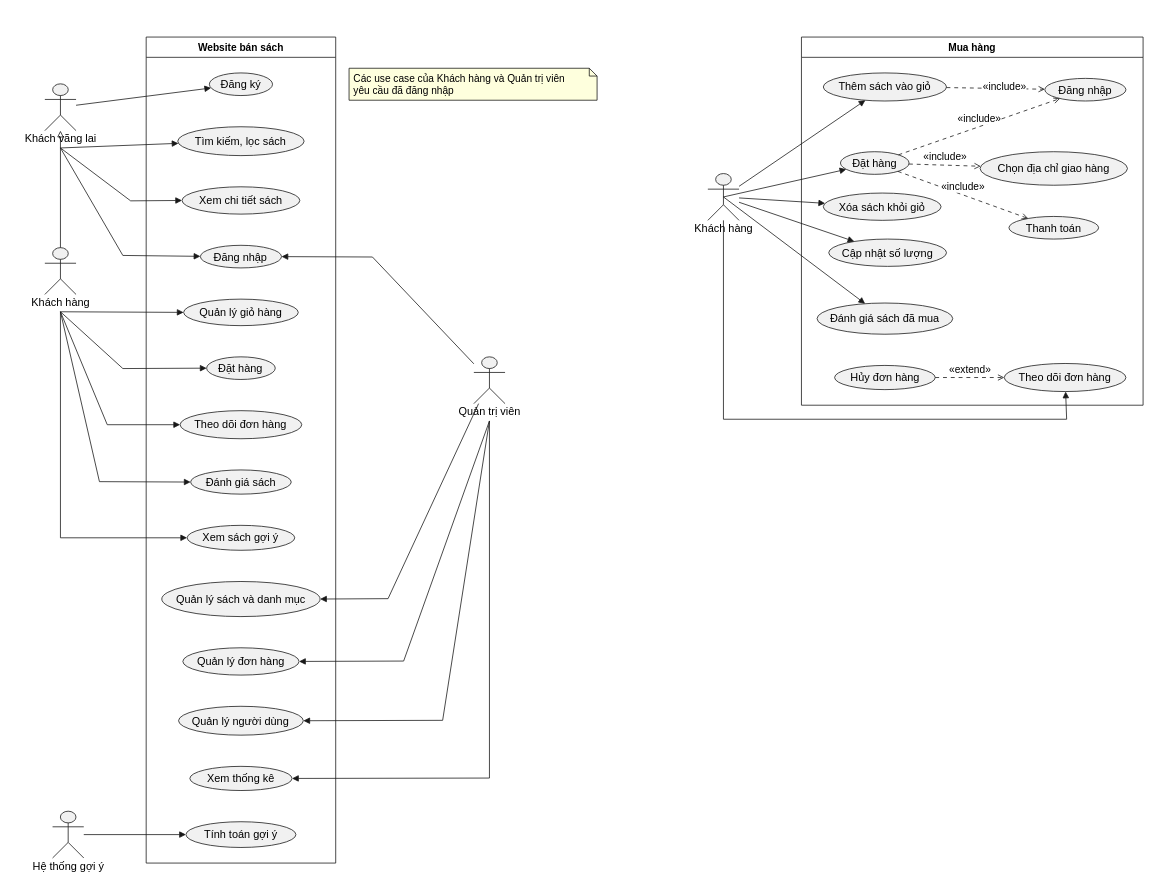
Earlier version of the draw.io diagram docs/diagrams/use-case.drawio (NguyenHuyBao11-05/TieuLuan_Web_TMDT). Source tidied: cells renumbered, new cells numbered last; positions are measured from the earlier drawing's top-left corner, leaving out a move shared by most shapes. Both pictures are drawn from the tidied source at 78%, with x=0, y=0 at pixel (13, 13).
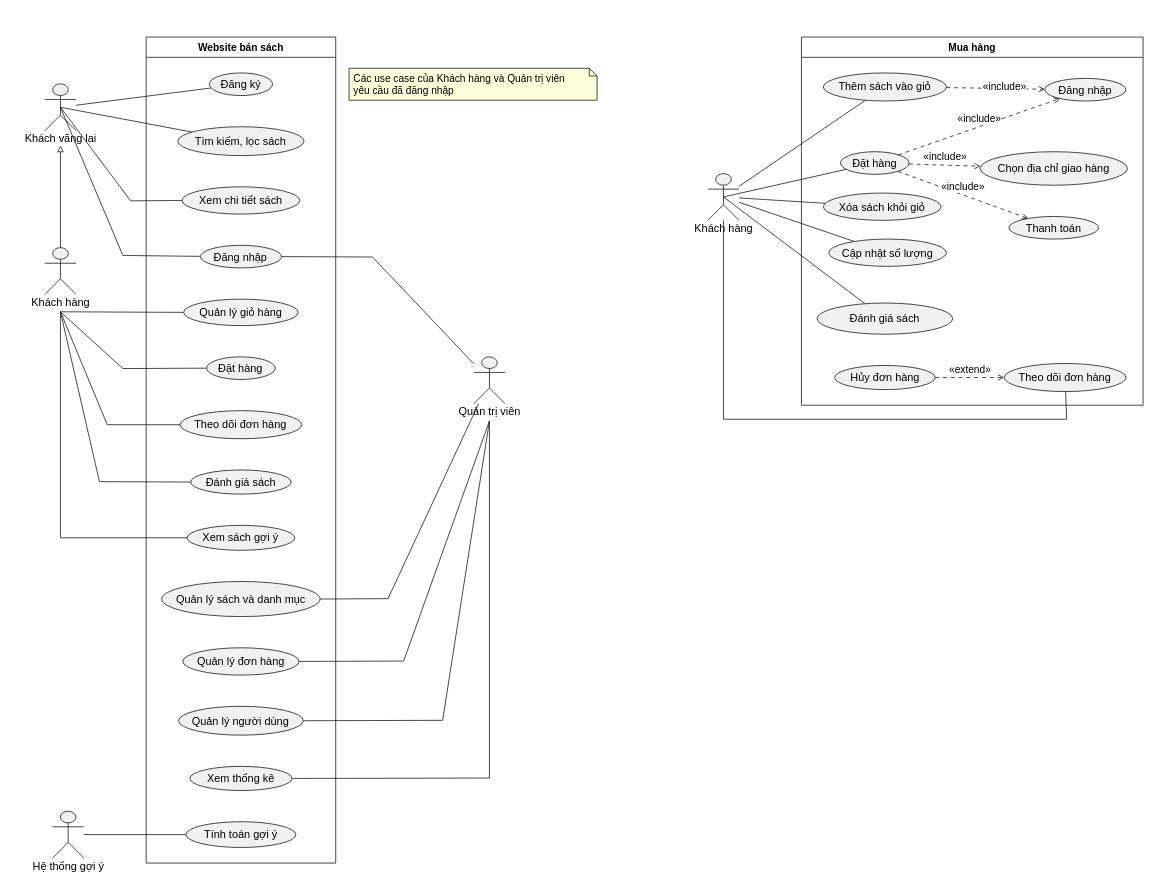
Above is the later version.

Commit message (it also covers changes not shown here):
Refactor: Sua lai format use case

Unchanged cells that the change refers to:
```xml
<mxCell id="2" style="group;transparentBounds=1;editIcon=1;lockedGroup=0;groupPadding=10;" parent="1" vertex="1">
<mxCell id="3" style="shape=umlActor;html=1;fillColor=#F1F1F1;strokeColor=#181818;fontColor=#000000;fontSize=14;" parent="2" vertex="1">
<mxCell id="4" value="Khách vãng lai" style="text;html=1;align=center;verticalAlign=middle;spacingBottom=1;fontColor=#000000;fontSize=14;" parent="3" vertex="1">
<mxCell id="5" style="shape=umlActor;html=1;fillColor=#F1F1F1;strokeColor=#181818;fontColor=#000000;fontSize=14;" parent="2" vertex="1">
<mxCell id="8" value="Đăng ký" style="ellipse;html=1;fillColor=#F1F1F1;strokeColor=#181818;whiteSpace=wrap;fontColor=#000000;fontSize=14;" parent="7" vertex="1">
<mxCell id="9" value="Tìm kiếm, lọc sách" style="ellipse;html=1;fillColor=#F1F1F1;strokeColor=#181818;whiteSpace=wrap;fontColor=#000000;fontSize=14;" parent="7" vertex="1">
<mxCell id="10" value="Xem chi tiết sách" style="ellipse;html=1;fillColor=#F1F1F1;strokeColor=#181818;whiteSpace=wrap;fontColor=#000000;fontSize=14;" parent="7" vertex="1">
<mxCell id="11" value="Đăng nhập" style="ellipse;html=1;fillColor=#F1F1F1;strokeColor=#181818;whiteSpace=wrap;fontColor=#000000;fontSize=14;" parent="7" vertex="1">
<mxCell id="12" value="Quản lý giỏ hàng" style="ellipse;html=1;fillColor=#F1F1F1;strokeColor=#181818;whiteSpace=wrap;fontColor=#000000;fontSize=14;" parent="7" vertex="1">
<mxCell id="13" value="Đặt hàng" style="ellipse;html=1;fillColor=#F1F1F1;strokeColor=#181818;whiteSpace=wrap;fontColor=#000000;fontSize=14;" parent="7" vertex="1">
<mxCell id="14" value="Theo dõi đơn hàng" style="ellipse;html=1;fillColor=#F1F1F1;strokeColor=#181818;whiteSpace=wrap;fontColor=#000000;fontSize=14;" parent="7" vertex="1">
<mxCell id="15" value="Đánh giá sách" style="ellipse;html=1;fillColor=#F1F1F1;strokeColor=#181818;whiteSpace=wrap;fontColor=#000000;fontSize=14;" parent="7" vertex="1">
<mxCell id="16" value="Xem sách gợi ý" style="ellipse;html=1;fillColor=#F1F1F1;strokeColor=#181818;whiteSpace=wrap;fontColor=#000000;fontSize=14;" parent="7" vertex="1">
<mxCell id="17" value="Quản lý sách và danh mục" style="ellipse;html=1;fillColor=#F1F1F1;strokeColor=#181818;whiteSpace=wrap;fontColor=#000000;fontSize=14;" parent="7" vertex="1">
<mxCell id="18" value="Quản lý đơn hàng" style="ellipse;html=1;fillColor=#F1F1F1;strokeColor=#181818;whiteSpace=wrap;fontColor=#000000;fontSize=14;" parent="7" vertex="1">
<mxCell id="19" value="Quản lý người dùng" style="ellipse;html=1;fillColor=#F1F1F1;strokeColor=#181818;whiteSpace=wrap;fontColor=#000000;fontSize=14;" parent="7" vertex="1">
<mxCell id="20" value="Xem thống kê" style="ellipse;html=1;fillColor=#F1F1F1;strokeColor=#181818;whiteSpace=wrap;fontColor=#000000;fontSize=14;" parent="7" vertex="1">
<mxCell id="21" value="Tính toán gợi ý" style="ellipse;html=1;fillColor=#F1F1F1;strokeColor=#181818;whiteSpace=wrap;fontColor=#000000;fontSize=14;" parent="7" vertex="1">
<mxCell id="22" style="shape=umlActor;html=1;fillColor=#F1F1F1;strokeColor=#181818;fontColor=#000000;fontSize=14;" parent="2" vertex="1">
<mxCell id="24" style="shape=umlActor;html=1;fillColor=#F1F1F1;strokeColor=#181818;fontColor=#000000;fontSize=14;" parent="2" vertex="1">
<mxCell id="43" style="group;transparentBounds=1;editIcon=1;lockedGroup=0;groupPadding=10;" parent="1" vertex="1">
<mxCell id="44" value="Mua hàng" style="swimlane;startSize=26;fillColor=none;strokeColor=#181818;fontColor=#000000;fontSize=13;fontStyle=1;whiteSpace=wrap;" parent="43" vertex="1">
<mxCell id="45" value="Thêm sách vào giỏ" style="ellipse;html=1;fillColor=#F1F1F1;strokeColor=#181818;whiteSpace=wrap;fontColor=#000000;fontSize=14;" parent="44" vertex="1">
<mxCell id="46" value="Đặt hàng" style="ellipse;html=1;fillColor=#F1F1F1;strokeColor=#181818;whiteSpace=wrap;fontColor=#000000;fontSize=14;" parent="44" vertex="1">
<mxCell id="50" value="Theo dõi đơn hàng" style="ellipse;html=1;fillColor=#F1F1F1;strokeColor=#181818;whiteSpace=wrap;fontColor=#000000;fontSize=14;" parent="44" vertex="1">
<mxCell id="58" value="Xóa sách khỏi giỏ" style="ellipse;html=1;fillColor=#F1F1F1;strokeColor=#181818;whiteSpace=wrap;fontColor=#000000;fontSize=14;" parent="44" vertex="1">
<mxCell id="59" value="Cập nhật số lượng" style="ellipse;html=1;fillColor=#F1F1F1;strokeColor=#181818;whiteSpace=wrap;fontColor=#000000;fontSize=14;" parent="44" vertex="1">
<mxCell id="60" style="shape=umlActor;html=1;fillColor=#F1F1F1;strokeColor=#181818;fontColor=#000000;fontSize=14;" parent="43" vertex="1">
```

Change to the diagram source:
```diff
@@
-    <mxCell id="26" style="endArrow=block;endFill=0;strokeColor=#181818;fontColor=#000000;fontSize=13;edgeStyle=none;rounded=0;html=1;curved=0;endSize=6;sourcePerimeterSpacing=0;targetPerimeterSpacing=0;" parent="2" edge="1" source="5" target="3">
+    <mxCell id="26" style="endArrow=block;endFill=0;strokeColor=#181818;fontColor=#000000;fontSize=13;edgeStyle=none;rounded=0;html=1;curved=0;endSize=6;sourcePerimeterSpacing=0;targetPerimeterSpacing=0;entryX=0.5;entryY=1;entryDx=0;entryDy=0;" parent="2" edge="1" source="5" target="4">
       <mxGeometry relative="1" as="geometry" />
     </mxCell>
-    <mxCell id="27" style="endArrow=block;endFill=1;strokeColor=#181818;fontColor=#000000;fontSize=13;edgeStyle=none;rounded=0;html=1;curved=0;endSize=6;sourcePerimeterSpacing=0;targetPerimeterSpacing=0;" parent="2" edge="1" source="3" target="8">
+    <mxCell id="27" style="endArrow=none;endFill=0;strokeColor=#181818;fontColor=#000000;fontSize=13;edgeStyle=none;rounded=0;html=1;curved=0;endSize=6;sourcePerimeterSpacing=0;targetPerimeterSpacing=0;startArrow=none;startFill=0;" parent="2" edge="1" source="3" target="8">
       <mxGeometry relative="1" as="geometry" />
     </mxCell>
-    <mxCell id="28" style="endArrow=block;endFill=1;strokeColor=#181818;fontColor=#000000;fontSize=13;edgeStyle=none;rounded=0;html=1;exitX=0.5;exitY=1.37;exitPerimeter=0;curved=0;endSize=6;sourcePerimeterSpacing=0;targetPerimeterSpacing=0;" parent="2" edge="1" source="3" target="11">
+    <mxCell id="28" style="endArrow=none;endFill=0;strokeColor=#181818;fontColor=#000000;fontSize=13;edgeStyle=none;rounded=0;html=1;exitX=0.5;exitY=0.5;exitPerimeter=0;curved=0;endSize=6;sourcePerimeterSpacing=0;targetPerimeterSpacing=0;exitDx=0;exitDy=0;startArrow=none;startFill=0;" parent="2" edge="1" source="3" target="11">
       <mxGeometry relative="1" as="geometry">
         <Array as="points">
           <mxPoint x="140" y="310" />
         </Array>
       </mxGeometry>
     </mxCell>
-    <mxCell id="29" style="endArrow=block;endFill=1;strokeColor=#181818;fontColor=#000000;fontSize=13;edgeStyle=none;rounded=0;html=1;exitX=0.5;exitY=1.37;exitPerimeter=0;curved=0;endSize=6;sourcePerimeterSpacing=0;targetPerimeterSpacing=0;" parent="2" edge="1" source="3" target="9">
+    <mxCell id="29" style="endArrow=none;endFill=0;strokeColor=#181818;fontColor=#000000;fontSize=13;edgeStyle=none;rounded=0;html=1;exitX=0.5;exitY=0.5;exitPerimeter=0;curved=0;endSize=6;sourcePerimeterSpacing=0;targetPerimeterSpacing=0;exitDx=0;exitDy=0;startArrow=none;startFill=0;" parent="2" edge="1" source="3" target="9">
       <mxGeometry relative="1" as="geometry" />
     </mxCell>
-    <mxCell id="30" style="endArrow=block;endFill=1;strokeColor=#181818;fontColor=#000000;fontSize=13;edgeStyle=none;rounded=0;html=1;exitX=0.5;exitY=1.37;exitPerimeter=0;curved=0;endSize=6;sourcePerimeterSpacing=0;targetPerimeterSpacing=0;" parent="2" edge="1" source="3" target="10">
+    <mxCell id="30" style="endArrow=none;endFill=0;strokeColor=#181818;fontColor=#000000;fontSize=13;edgeStyle=none;rounded=0;html=1;exitX=0.5;exitY=0.5;exitPerimeter=0;curved=0;endSize=6;sourcePerimeterSpacing=0;targetPerimeterSpacing=0;exitDx=0;exitDy=0;startArrow=none;startFill=0;" parent="2" edge="1" source="3" target="10">
       <mxGeometry relative="1" as="geometry">
         <Array as="points">
           <mxPoint x="150" y="240" />
         </Array>
       </mxGeometry>
     </mxCell>
-    <mxCell id="31" style="endArrow=block;endFill=1;strokeColor=#181818;fontColor=#000000;fontSize=13;edgeStyle=none;rounded=0;html=1;exitX=0.5;exitY=1.37;exitPerimeter=0;curved=0;endSize=6;sourcePerimeterSpacing=0;targetPerimeterSpacing=0;" parent="2" edge="1" source="5" target="12">
+    <mxCell id="31" style="endArrow=none;endFill=0;strokeColor=#181818;fontColor=#000000;fontSize=13;edgeStyle=none;rounded=0;html=1;exitX=0.5;exitY=1.37;exitPerimeter=0;curved=0;endSize=6;sourcePerimeterSpacing=0;targetPerimeterSpacing=0;startArrow=none;startFill=0;" parent="2" edge="1" source="5" target="12">
       <mxGeometry relative="1" as="geometry" />
     </mxCell>
-    <mxCell id="32" style="endArrow=block;endFill=1;strokeColor=#181818;fontColor=#000000;fontSize=13;edgeStyle=none;rounded=0;html=1;exitX=0.5;exitY=1.37;exitPerimeter=0;curved=0;endSize=6;sourcePerimeterSpacing=0;targetPerimeterSpacing=0;" parent="2" edge="1" source="5" target="13">
+    <mxCell id="32" style="endArrow=none;endFill=0;strokeColor=#181818;fontColor=#000000;fontSize=13;edgeStyle=none;rounded=0;html=1;exitX=0.5;exitY=1.37;exitPerimeter=0;curved=0;endSize=6;sourcePerimeterSpacing=0;targetPerimeterSpacing=0;startArrow=none;startFill=0;" parent="2" edge="1" source="5" target="13">
       <mxGeometry relative="1" as="geometry">
         <Array as="points">
           <mxPoint x="140" y="455" />
         </Array>
       </mxGeometry>
     </mxCell>
-    <mxCell id="33" style="endArrow=block;endFill=1;strokeColor=#181818;fontColor=#000000;fontSize=13;edgeStyle=none;rounded=0;html=1;exitX=0.5;exitY=1.37;exitPerimeter=0;curved=0;endSize=6;sourcePerimeterSpacing=0;targetPerimeterSpacing=0;" parent="2" edge="1" source="5" target="14">
+    <mxCell id="33" style="endArrow=none;endFill=0;strokeColor=#181818;fontColor=#000000;fontSize=13;edgeStyle=none;rounded=0;html=1;exitX=0.5;exitY=1.37;exitPerimeter=0;curved=0;endSize=6;sourcePerimeterSpacing=0;targetPerimeterSpacing=0;startArrow=none;startFill=0;" parent="2" edge="1" source="5" target="14">
       <mxGeometry relative="1" as="geometry">
         <Array as="points">
           <mxPoint x="120" y="527" />
         </Array>
       </mxGeometry>
     </mxCell>
-    <mxCell id="34" style="endArrow=block;endFill=1;strokeColor=#181818;fontColor=#000000;fontSize=13;edgeStyle=none;rounded=0;html=1;exitX=0.5;exitY=1.37;exitPerimeter=0;curved=0;endSize=6;sourcePerimeterSpacing=0;targetPerimeterSpacing=0;" parent="2" edge="1" source="5" target="15">
+    <mxCell id="34" style="endArrow=none;endFill=0;strokeColor=#181818;fontColor=#000000;fontSize=13;edgeStyle=none;rounded=0;html=1;exitX=0.5;exitY=1.37;exitPerimeter=0;curved=0;endSize=6;sourcePerimeterSpacing=0;targetPerimeterSpacing=0;startArrow=none;startFill=0;" parent="2" edge="1" source="5" target="15">
       <mxGeometry relative="1" as="geometry">
         <Array as="points">
           <mxPoint x="110" y="600" />
         </Array>
       </mxGeometry>
     </mxCell>
-    <mxCell id="35" style="endArrow=block;endFill=1;strokeColor=#181818;fontColor=#000000;fontSize=13;edgeStyle=none;rounded=0;html=1;exitX=0.5;exitY=1.37;exitPerimeter=0;curved=0;endSize=6;sourcePerimeterSpacing=0;targetPerimeterSpacing=0;" parent="2" edge="1" source="5" target="16">
+    <mxCell id="35" style="endArrow=none;endFill=0;strokeColor=#181818;fontColor=#000000;fontSize=13;edgeStyle=none;rounded=0;html=1;exitX=0.5;exitY=1.37;exitPerimeter=0;curved=0;endSize=6;sourcePerimeterSpacing=0;targetPerimeterSpacing=0;startArrow=none;startFill=0;" parent="2" edge="1" source="5" target="16">
       <mxGeometry relative="1" as="geometry">
         <Array as="points">
           <mxPoint x="60" y="672" />
         </Array>
       </mxGeometry>
     </mxCell>
-    <mxCell id="36" style="endArrow=block;endFill=1;strokeColor=#181818;fontColor=#000000;fontSize=13;edgeStyle=none;rounded=0;html=1;curved=0;endSize=6;sourcePerimeterSpacing=0;targetPerimeterSpacing=0;" parent="2" edge="1" source="22" target="11">
+    <mxCell id="36" style="endArrow=none;endFill=0;strokeColor=#181818;fontColor=#000000;fontSize=13;edgeStyle=none;rounded=0;html=1;curved=0;endSize=6;sourcePerimeterSpacing=0;targetPerimeterSpacing=0;startArrow=none;startFill=0;" parent="2" edge="1" source="22" target="11">
       <mxGeometry relative="1" as="geometry">
         <Array as="points">
           <mxPoint x="460" y="312" />
         </Array>
       </mxGeometry>
     </mxCell>
-    <mxCell id="37" style="endArrow=block;endFill=1;strokeColor=#181818;fontColor=#000000;fontSize=13;edgeStyle=none;rounded=0;html=1;curved=0;endSize=6;sourcePerimeterSpacing=0;targetPerimeterSpacing=0;" parent="2" edge="1" source="22" target="17">
+    <mxCell id="37" style="endArrow=none;endFill=0;strokeColor=#181818;fontColor=#000000;fontSize=13;edgeStyle=none;rounded=0;html=1;curved=0;endSize=6;sourcePerimeterSpacing=0;targetPerimeterSpacing=0;startArrow=none;startFill=0;" parent="2" edge="1" source="22" target="17">
       <mxGeometry relative="1" as="geometry">
         <Array as="points">
           <mxPoint x="480" y="750" />
         </Array>
       </mxGeometry>
     </mxCell>
-    <mxCell id="38" style="endArrow=block;endFill=1;strokeColor=#181818;fontColor=#000000;fontSize=13;edgeStyle=none;rounded=0;html=1;exitX=0.5;exitY=1.37;exitPerimeter=0;curved=0;endSize=6;sourcePerimeterSpacing=0;targetPerimeterSpacing=0;" parent="2" edge="1" source="22" target="18">
+    <mxCell id="38" style="endArrow=none;endFill=0;strokeColor=#181818;fontColor=#000000;fontSize=13;edgeStyle=none;rounded=0;html=1;exitX=0.5;exitY=1.37;exitPerimeter=0;curved=0;endSize=6;sourcePerimeterSpacing=0;targetPerimeterSpacing=0;startArrow=none;startFill=0;" parent="2" edge="1" source="22" target="18">
       <mxGeometry relative="1" as="geometry">
         <Array as="points">
           <mxPoint x="500" y="830" />
         </Array>
       </mxGeometry>
     </mxCell>
-    <mxCell id="39" style="endArrow=block;endFill=1;strokeColor=#181818;fontColor=#000000;fontSize=13;edgeStyle=none;rounded=0;html=1;exitX=0.5;exitY=1.37;exitPerimeter=0;curved=0;endSize=6;sourcePerimeterSpacing=0;targetPerimeterSpacing=0;" parent="2" edge="1" source="22" target="19">
+    <mxCell id="39" style="endArrow=none;endFill=0;strokeColor=#181818;fontColor=#000000;fontSize=13;edgeStyle=none;rounded=0;html=1;exitX=0.5;exitY=1.37;exitPerimeter=0;curved=0;endSize=6;sourcePerimeterSpacing=0;targetPerimeterSpacing=0;startArrow=none;startFill=0;" parent="2" edge="1" source="22" target="19">
       <mxGeometry relative="1" as="geometry">
         <Array as="points">
           <mxPoint x="550" y="906" />
         </Array>
       </mxGeometry>
     </mxCell>
-    <mxCell id="40" style="endArrow=block;endFill=1;strokeColor=#181818;fontColor=#000000;fontSize=13;edgeStyle=none;rounded=0;html=1;exitX=0.5;exitY=1.37;exitPerimeter=0;curved=0;endSize=6;sourcePerimeterSpacing=0;targetPerimeterSpacing=0;" parent="2" edge="1" source="22" target="20">
+    <mxCell id="40" style="endArrow=none;endFill=0;strokeColor=#181818;fontColor=#000000;fontSize=13;edgeStyle=none;rounded=0;html=1;exitX=0.5;exitY=1.37;exitPerimeter=0;curved=0;endSize=6;sourcePerimeterSpacing=0;targetPerimeterSpacing=0;startArrow=none;startFill=0;" parent="2" edge="1" source="22" target="20">
       <mxGeometry relative="1" as="geometry">
         <Array as="points">
           <mxPoint x="610" y="980" />
         </Array>
       </mxGeometry>
     </mxCell>
-    <mxCell id="41" style="endArrow=block;endFill=1;strokeColor=#181818;fontColor=#000000;fontSize=13;edgeStyle=none;rounded=0;html=1;curved=0;endSize=6;sourcePerimeterSpacing=0;targetPerimeterSpacing=0;" parent="2" edge="1" source="24" target="21">
+    <mxCell id="41" style="endArrow=none;endFill=0;strokeColor=#181818;fontColor=#000000;fontSize=13;edgeStyle=none;rounded=0;html=1;curved=0;endSize=6;sourcePerimeterSpacing=0;targetPerimeterSpacing=0;startArrow=none;startFill=0;" parent="2" edge="1" source="24" target="21">
       <mxGeometry relative="1" as="geometry" />
     </mxCell>
@@
-    <mxCell id="47" value="Đánh giá sách đã mua" style="ellipse;html=1;fillColor=#F1F1F1;strokeColor=#181818;whiteSpace=wrap;fontColor=#000000;fontSize=14;" parent="44" vertex="1">
+    <mxCell id="47" value="Đánh giá sách" style="ellipse;html=1;fillColor=#F1F1F1;strokeColor=#181818;whiteSpace=wrap;fontColor=#000000;fontSize=14;" parent="44" vertex="1">
       <mxGeometry x="20" y="341" width="174" height="40" as="geometry" />
     </mxCell>
@@
-    <mxCell id="62" style="endArrow=block;endFill=1;strokeColor=#181818;fontColor=#000000;fontSize=13;edgeStyle=none;rounded=0;html=1;curved=0;endSize=6;sourcePerimeterSpacing=0;targetPerimeterSpacing=0;" parent="43" edge="1" source="60" target="45">
+    <mxCell id="62" style="endArrow=none;endFill=0;strokeColor=#181818;fontColor=#000000;fontSize=13;edgeStyle=none;rounded=0;html=1;curved=0;endSize=6;sourcePerimeterSpacing=0;targetPerimeterSpacing=0;" parent="43" edge="1" source="60" target="45">
       <mxGeometry relative="1" as="geometry" />
     </mxCell>
-    <mxCell id="63" style="endArrow=block;endFill=1;strokeColor=#181818;fontColor=#000000;fontSize=13;edgeStyle=none;rounded=0;html=1;exitX=0.5;exitY=0.5;exitPerimeter=0;curved=0;endSize=6;sourcePerimeterSpacing=0;targetPerimeterSpacing=0;exitDx=0;exitDy=0;" parent="43" edge="1" source="60" target="46">
+    <mxCell id="63" style="endArrow=none;endFill=0;strokeColor=#181818;fontColor=#000000;fontSize=13;edgeStyle=none;rounded=0;html=1;exitX=0.5;exitY=0.5;exitPerimeter=0;curved=0;endSize=6;sourcePerimeterSpacing=0;targetPerimeterSpacing=0;exitDx=0;exitDy=0;" parent="43" edge="1" source="60" target="46">
       <mxGeometry relative="1" as="geometry" />
     </mxCell>
-    <mxCell id="64" style="endArrow=block;endFill=1;strokeColor=#181818;fontColor=#000000;fontSize=13;edgeStyle=none;rounded=0;html=1;curved=0;endSize=6;sourcePerimeterSpacing=0;targetPerimeterSpacing=0;" parent="43" edge="1" source="60" target="50">
+    <mxCell id="64" style="endArrow=none;endFill=0;strokeColor=#181818;fontColor=#000000;fontSize=13;edgeStyle=none;rounded=0;html=1;curved=0;endSize=6;sourcePerimeterSpacing=0;targetPerimeterSpacing=0;" parent="43" edge="1" source="60" target="50">
       <mxGeometry relative="1" as="geometry">
         <Array as="points">
           <mxPoint x="910" y="520" />
           <mxPoint x="1350" y="520" />
         </Array>
       </mxGeometry>
     </mxCell>
-    <mxCell id="65" style="endArrow=block;endFill=1;strokeColor=#181818;fontColor=#000000;fontSize=13;edgeStyle=none;rounded=0;html=1;exitX=0.5;exitY=0.5;exitPerimeter=0;curved=0;endSize=6;sourcePerimeterSpacing=0;targetPerimeterSpacing=0;exitDx=0;exitDy=0;" parent="43" edge="1" source="60" target="47">
+    <mxCell id="65" style="endArrow=none;endFill=0;strokeColor=#181818;fontColor=#000000;fontSize=13;edgeStyle=none;rounded=0;html=1;exitX=0.5;exitY=0.5;exitPerimeter=0;curved=0;endSize=6;sourcePerimeterSpacing=0;targetPerimeterSpacing=0;exitDx=0;exitDy=0;" parent="43" edge="1" source="60" target="47">
       <mxGeometry relative="1" as="geometry" />
     </mxCell>
-    <mxCell id="66" style="endArrow=block;endFill=1;strokeColor=#181818;fontColor=#000000;fontSize=13;edgeStyle=none;rounded=0;html=1;curved=0;endSize=6;sourcePerimeterSpacing=0;targetPerimeterSpacing=0;" parent="43" edge="1" source="60" target="58">
+    <mxCell id="66" style="endArrow=none;endFill=0;strokeColor=#181818;fontColor=#000000;fontSize=13;edgeStyle=none;rounded=0;html=1;curved=0;endSize=6;sourcePerimeterSpacing=0;targetPerimeterSpacing=0;" parent="43" edge="1" source="60" target="58">
       <mxGeometry relative="1" as="geometry" />
     </mxCell>
-    <mxCell id="67" style="endArrow=block;endFill=1;strokeColor=#181818;fontColor=#000000;fontSize=13;edgeStyle=none;rounded=0;html=1;curved=0;endSize=6;sourcePerimeterSpacing=0;targetPerimeterSpacing=0;" parent="43" edge="1" source="60" target="59">
+    <mxCell id="67" style="endArrow=none;endFill=0;strokeColor=#181818;fontColor=#000000;fontSize=13;edgeStyle=none;rounded=0;html=1;curved=0;endSize=6;sourcePerimeterSpacing=0;targetPerimeterSpacing=0;" parent="43" edge="1" source="60" target="59">
       <mxGeometry relative="1" as="geometry" />
     </mxCell>
```
